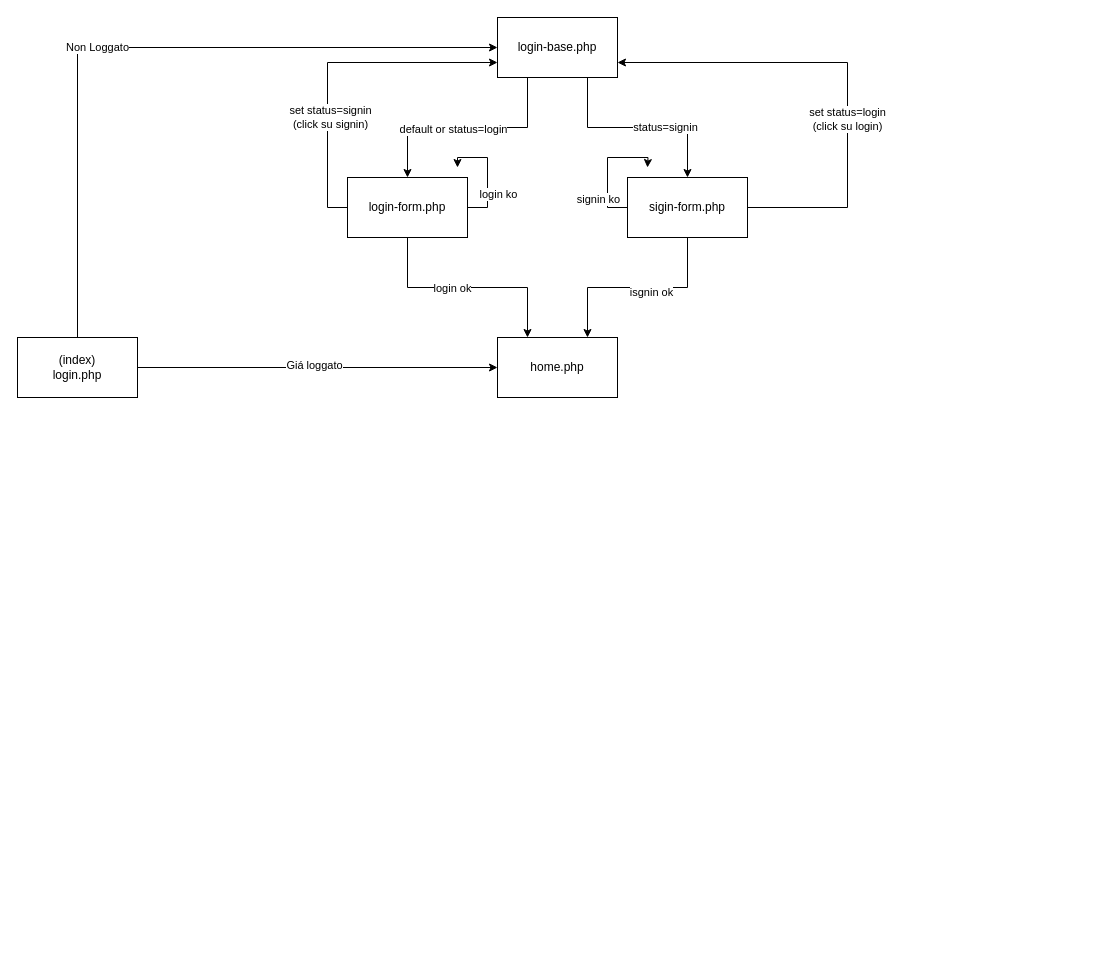
Before: doc/WebProject.drawio in pr3ss/WebProject-MyNetwork, a draw.io diagram. Source tidied: cells renumbered, new cells numbered last; positions are measured from the earlier drawing's top-left corner, leaving out a move shared by most shapes. Both pictures are drawn from the tidied source at 100%, with x=0, y=0 at pixel (17, 17).
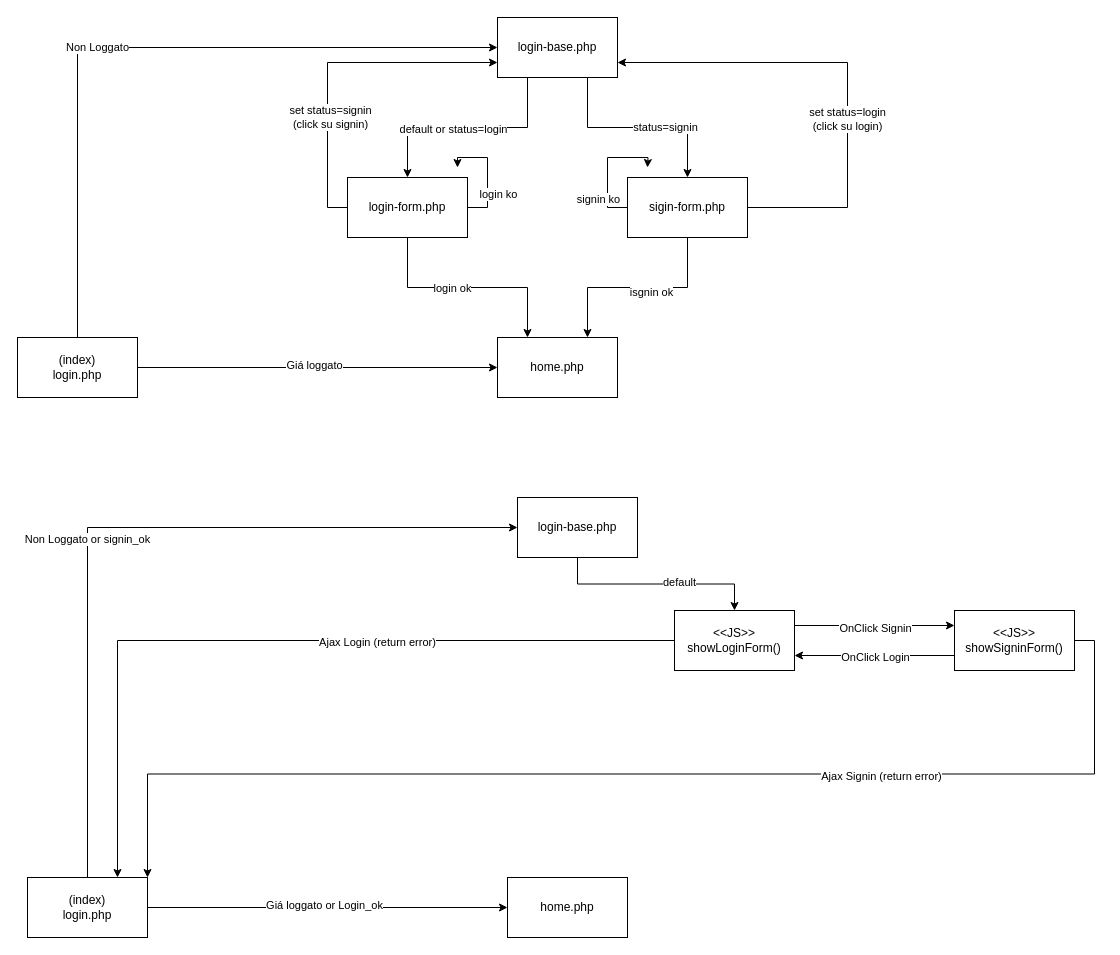
The same page after the edit.

Commit message (it also covers changes not shown here):
Fix file structure for login and signin

Diff of the diagram source:
```diff
@@
+    <mxCell id="27" style="edgeStyle=orthogonalEdgeStyle;rounded=0;jettySize=auto;html=1;exitX=0.5;exitY=0;exitDx=0;exitDy=0;entryX=0;entryY=0.5;entryDx=0;entryDy=0;" parent="1" edge="1" source="31" target="35">
+      <mxGeometry relative="1" as="geometry" />
+    </mxCell>
+    <mxCell id="28" value="Non Loggato or signin_ok" style="edgeLabel;html=1;align=center;verticalAlign=middle;" parent="27" vertex="1">
+      <mxGeometry x="-0.13" y="1" relative="1" as="geometry" />
+    </mxCell>
+    <mxCell id="29" style="edgeStyle=orthogonalEdgeStyle;rounded=0;jettySize=auto;html=1;exitX=1;exitY=0.5;exitDx=0;exitDy=0;" parent="1" edge="1" source="31" target="32">
+      <mxGeometry relative="1" as="geometry" />
+    </mxCell>
+    <mxCell id="30" value="Giá loggato or Login_ok" style="edgeLabel;html=1;align=center;verticalAlign=middle;" parent="29" vertex="1">
+      <mxGeometry x="-0.02" y="3" relative="1" as="geometry" />
+    </mxCell>
+    <mxCell id="31" value="(index)&lt;br&gt;login.php" style="rounded=0;whiteSpace=wrap;html=1;" parent="1" vertex="1">
+      <mxGeometry x="10" y="860" width="120" height="60" as="geometry" />
+    </mxCell>
+    <mxCell id="32" value="home.php" style="rounded=0;whiteSpace=wrap;html=1;" parent="1" vertex="1">
+      <mxGeometry x="490" y="860" width="120" height="60" as="geometry" />
+    </mxCell>
+    <mxCell id="33" style="edgeStyle=orthogonalEdgeStyle;rounded=0;jettySize=auto;html=1;exitX=0.5;exitY=1;exitDx=0;exitDy=0;" parent="1" edge="1" source="35" target="40">
+      <mxGeometry relative="1" as="geometry" />
+    </mxCell>
+    <mxCell id="34" value="default" style="edgeLabel;html=1;align=center;verticalAlign=middle;" parent="33" vertex="1">
+      <mxGeometry x="0.22" y="2" relative="1" as="geometry" />
+    </mxCell>
+    <mxCell id="35" value="login-base.php" style="rounded=0;whiteSpace=wrap;html=1;" parent="1" vertex="1">
+      <mxGeometry x="500" y="480" width="120" height="60" as="geometry" />
+    </mxCell>
+    <mxCell id="36" style="edgeStyle=orthogonalEdgeStyle;rounded=0;jettySize=auto;html=1;exitX=1;exitY=0.25;exitDx=0;exitDy=0;entryX=0;entryY=0.25;entryDx=0;entryDy=0;" parent="1" edge="1" source="40" target="45">
+      <mxGeometry relative="1" as="geometry" />
+    </mxCell>
+    <mxCell id="37" value="OnClick Signin" style="edgeLabel;html=1;align=center;verticalAlign=middle;" parent="36" vertex="1">
+      <mxGeometry x="-0.24" y="-2" relative="1" as="geometry">
+        <mxPoint x="19" as="offset" />
+      </mxGeometry>
+    </mxCell>
+    <mxCell id="38" style="edgeStyle=orthogonalEdgeStyle;rounded=0;jettySize=auto;html=1;exitX=0;exitY=0.5;exitDx=0;exitDy=0;entryX=0.75;entryY=0;entryDx=0;entryDy=0;" parent="1" edge="1" source="40" target="31">
+      <mxGeometry relative="1" as="geometry" />
+    </mxCell>
+    <mxCell id="39" value="Ajax Login (return error)" style="edgeLabel;html=1;align=center;verticalAlign=middle;" parent="38" vertex="1">
+      <mxGeometry x="-0.25" y="1" relative="1" as="geometry" />
+    </mxCell>
+    <mxCell id="40" value="&amp;lt;&amp;lt;JS&amp;gt;&amp;gt;&lt;br&gt;showLoginForm()" style="rounded=0;whiteSpace=wrap;html=1;" parent="1" vertex="1">
+      <mxGeometry x="657" y="593" width="120" height="60" as="geometry" />
+    </mxCell>
+    <mxCell id="41" style="edgeStyle=orthogonalEdgeStyle;rounded=0;jettySize=auto;html=1;exitX=0;exitY=0.75;exitDx=0;exitDy=0;entryX=1;entryY=0.75;entryDx=0;entryDy=0;" parent="1" edge="1" source="45" target="40">
+      <mxGeometry relative="1" as="geometry" />
+    </mxCell>
+    <mxCell id="42" value="OnClick Login" style="edgeLabel;html=1;align=center;verticalAlign=middle;" parent="41" vertex="1">
+      <mxGeometry x="0.15" y="1" relative="1" as="geometry">
+        <mxPoint x="12" as="offset" />
+      </mxGeometry>
+    </mxCell>
+    <mxCell id="43" style="edgeStyle=orthogonalEdgeStyle;rounded=0;jettySize=auto;html=1;exitX=1;exitY=0.5;exitDx=0;exitDy=0;entryX=1;entryY=0;entryDx=0;entryDy=0;" parent="1" edge="1" source="45" target="31">
+      <mxGeometry relative="1" as="geometry" />
+    </mxCell>
+    <mxCell id="44" value="Ajax Signin (return error)" style="edgeLabel;html=1;align=center;verticalAlign=middle;" parent="43" vertex="1">
+      <mxGeometry x="-0.39" y="2" relative="1" as="geometry" />
+    </mxCell>
+    <mxCell id="45" value="&amp;lt;&amp;lt;JS&amp;gt;&amp;gt;&lt;br&gt;showSigninForm()" style="rounded=0;whiteSpace=wrap;html=1;" parent="1" vertex="1">
+      <mxGeometry x="937" y="593" width="120" height="60" as="geometry" />
+    </mxCell>
```
